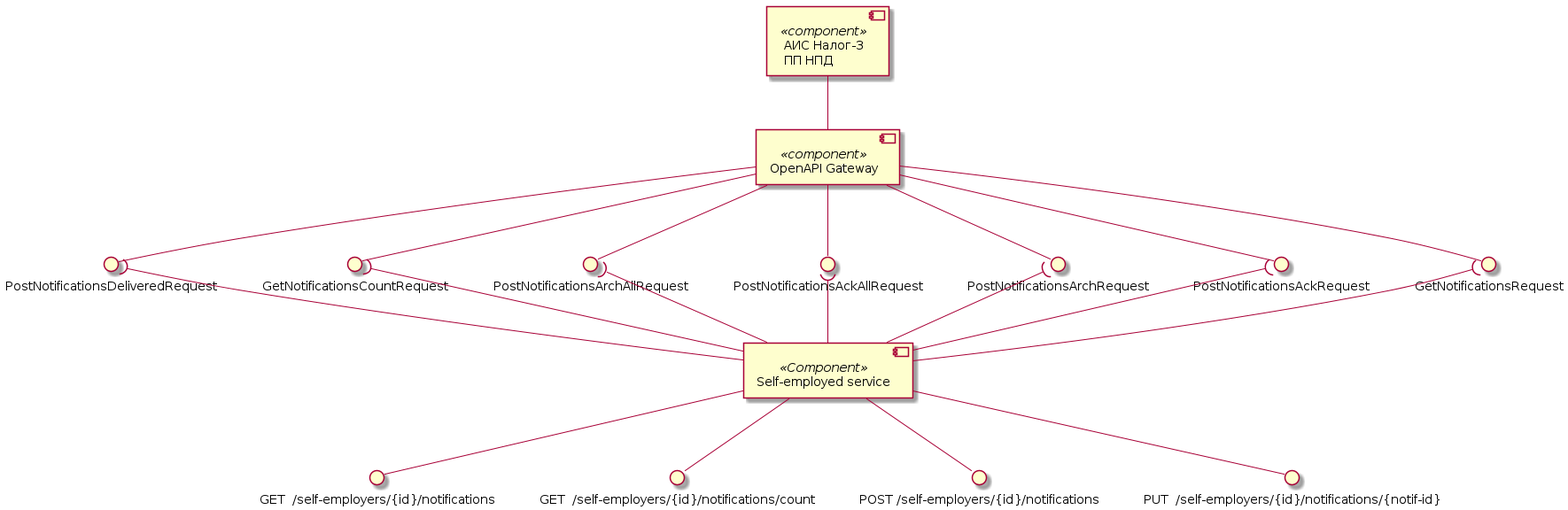
The PlantUML diagram assets/images/diagrams/self-employed-service/components/notifications-components.png in RaikBitters/ibank-internal-services, before a commit.
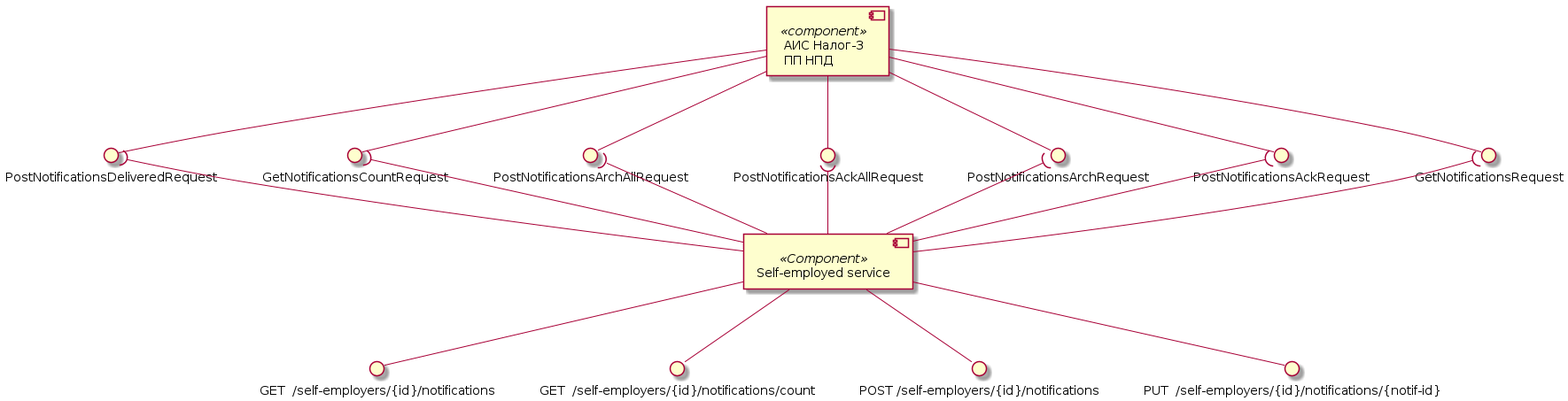
Later version of the same file.

The edit, as a diff of the source:
```diff
@@ -1,7 +1,6 @@
 @startuml notifications-components
 
 component "АИС Налог-3\nПП НПД" as Tax3 <<component>>
-component "OpenAPI Gateway" as OpenAPI <<component>>
 interface "GetNotificationsRequest" as GetNotifications
 interface "PostNotificationsAckRequest" as PostNotificationsAck
 interface "PostNotificationsArchRequest" as PostNotificationsArch
@@ -10,14 +9,13 @@
 interface "GetNotificationsCountRequest" as GetNotificationsCount
 interface "PostNotificationsDeliveredRequest" as PostNotificationsDeliveredRequest
 
-Tax3 -- OpenAPI
-OpenAPI --() GetNotifications
-OpenAPI --() PostNotificationsAck
-OpenAPI --() PostNotificationsArch
-OpenAPI --() PostNotificationsAckAll
-OpenAPI --() PostNotificationsArchAllRequest
-OpenAPI --() GetNotificationsCount
-OpenAPI --() PostNotificationsDeliveredRequest
+Tax3 --() GetNotifications
+Tax3 --() PostNotificationsAck
+Tax3 --() PostNotificationsArch
+Tax3 --() PostNotificationsAckAll
+Tax3 --() PostNotificationsArchAllRequest
+Tax3 --() GetNotificationsCount
+Tax3 --() PostNotificationsDeliveredRequest
 
 component "Self-employed service" as SelfEmplService <<Component>>
 interface "GET  /self-employers/{id}/notifications" as getNotifications
```
